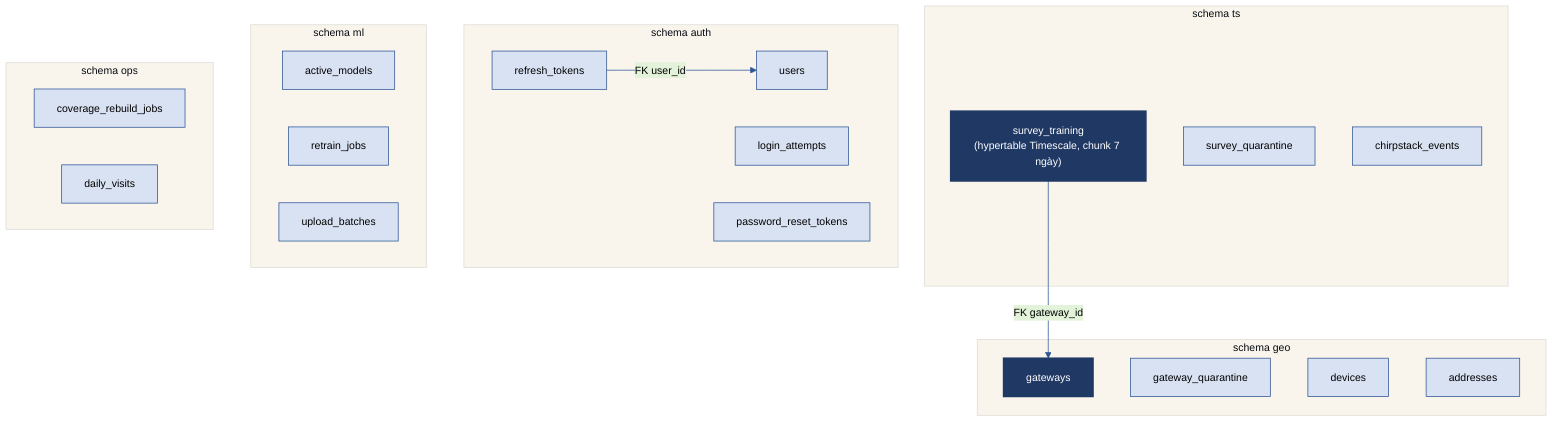
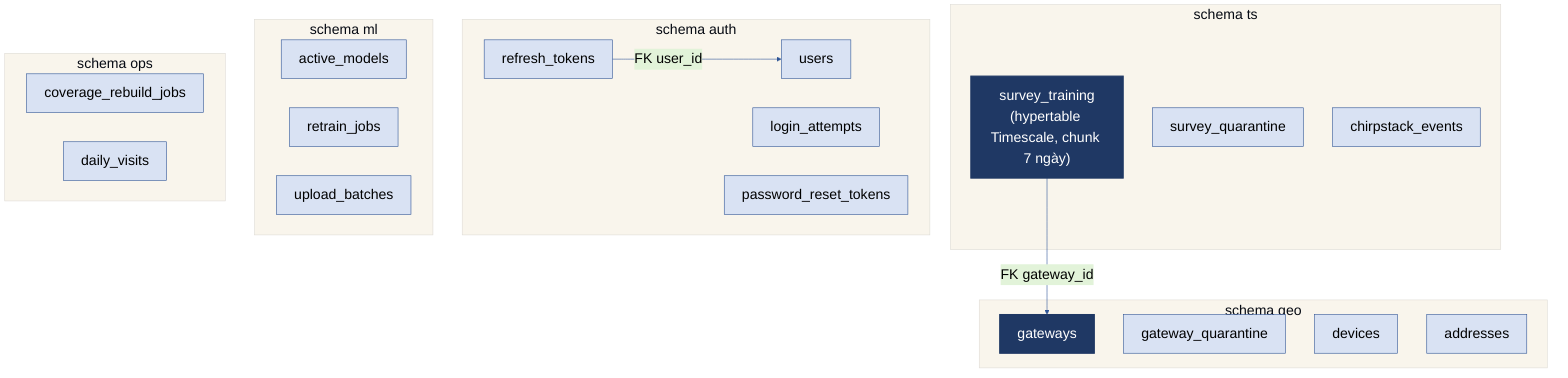
- %%{init: {'theme':'base','themeVariables':{'primaryColor':'#D9E2F3','primaryBorderColor':'#2E5496','primaryTextColor':'#000000','lineColor':'#2E5496','fontFamily':'Arial','fontSize':'14px'}}}%%
+ %%{init: {'theme':'base','themeVariables':{'primaryColor':'#D9E2F3','primaryBorderColor':'#2E5496','primaryTextColor':'#000000','lineColor':'#2E5496','fontFamily':'Arial','fontSize':'24px'}}}%%
flowchart TB
  subgraph GEO["schema geo"]
    GW["gateways"]:::hl
    GWQ["gateway_quarantine"]
    DEV["devices"]
    ADDR["addresses"]
  end
  subgraph TS["schema ts"]
    ST["survey_training<br/>(hypertable Timescale, chunk 7 ngày)"]:::hl
    SQ["survey_quarantine"]
    CE["chirpstack_events"]
  end
  subgraph AUTH["schema auth"]
    USR["users"]
    RT["refresh_tokens"]
    LA["login_attempts"]
    PRT["password_reset_tokens"]
  end
  subgraph MLG["schema ml"]
    AM["active_models"]
    RJ["retrain_jobs"]
    UB["upload_batches"]
  end
  subgraph OPS["schema ops"]
    CR["coverage_rebuild_jobs"]
    DV["daily_visits"]
  end

  ST -->|FK gateway_id| GW
  RT -->|FK user_id| USR

  classDef hl fill:#1F3864,stroke:#1F3864,color:#FFFFFF,stroke-width:2px;
